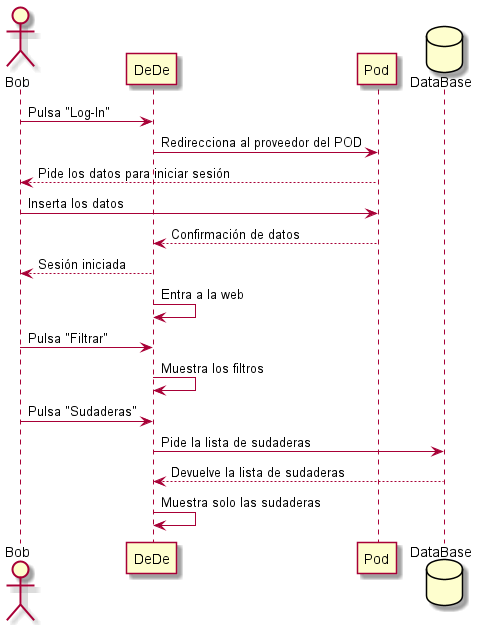
Above: images/06_runtime_filtro.png in Arquisoft/dede_es6b (PlantUML), before the change.
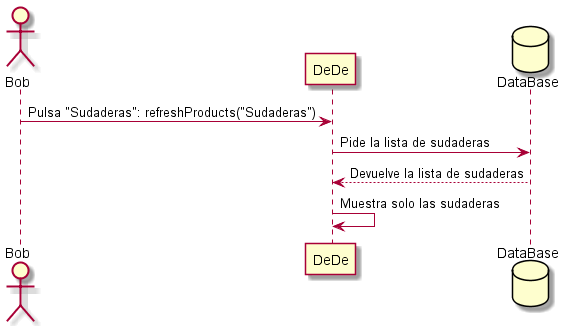
After the change.

Diff of the diagram source:
```diff
@@ -1,18 +1,8 @@
 @startuml
 actor Bob
 participant DeDe
-participant Pod
 database DataBase as "DataBase"
-Bob -> DeDe: Pulsa "Log-In"
-DeDe -> Pod: Redirecciona al proveedor del POD
-Bob <-- Pod: Pide los datos para iniciar sesión
-Bob -> Pod: Inserta los datos
-DeDe <-- Pod: Confirmación de datos
-Bob <-- DeDe: Sesión iniciada
-DeDe-> DeDe: Entra a la web
-Bob -> DeDe: Pulsa "Filtrar"
-DeDe-> DeDe: Muestra los filtros
-Bob -> DeDe: Pulsa "Sudaderas"
+Bob -> DeDe: Pulsa "Sudaderas": refreshProducts("Sudaderas")
 DeDe-> DataBase: Pide la lista de sudaderas
 DataBase --> DeDe: Devuelve la lista de sudaderas
 DeDe-> DeDe: Muestra solo las sudaderas
```
